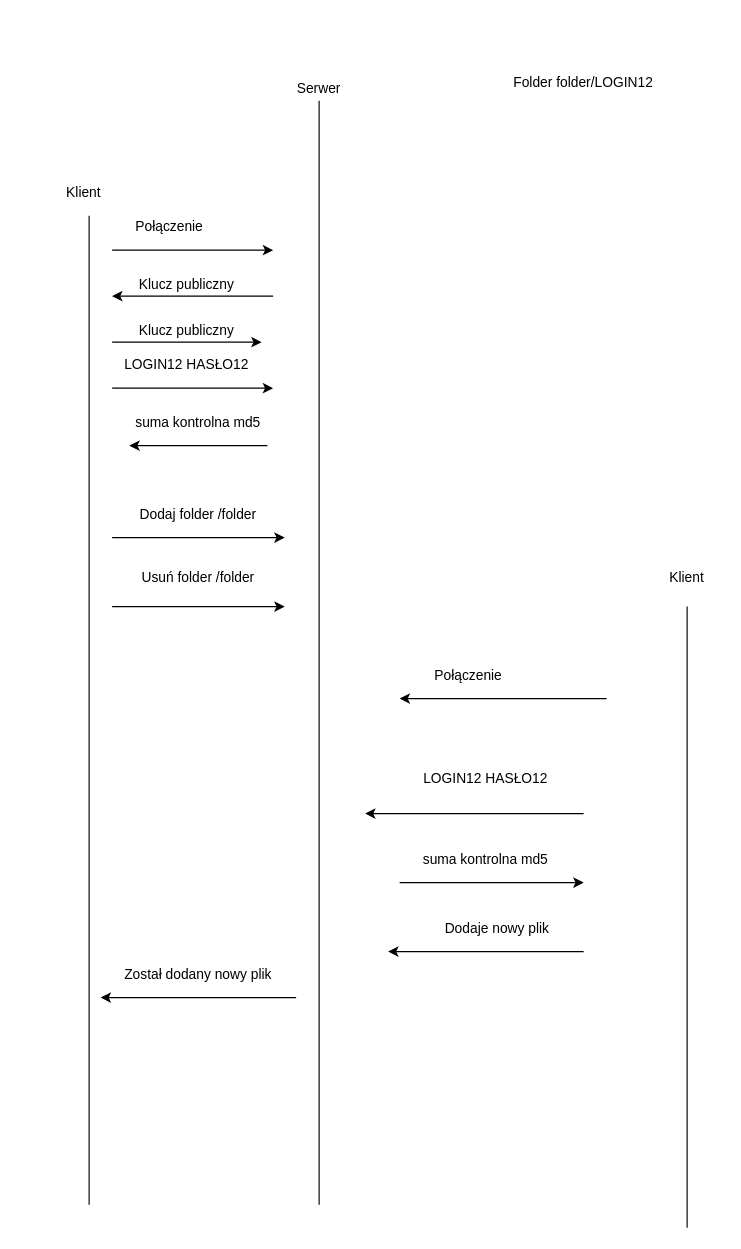
piotrkorniak/PAS keeps this draw.io diagram as docs/Untitled Diagram.drawio. Above is the earlier version. Source tidied: cells renumbered, new cells numbered last; positions are measured from the earlier drawing's top-left corner, leaving out a move shared by most shapes. Both pictures are drawn from the tidied source at 115%, with x=0, y=0 at pixel (54, 20).
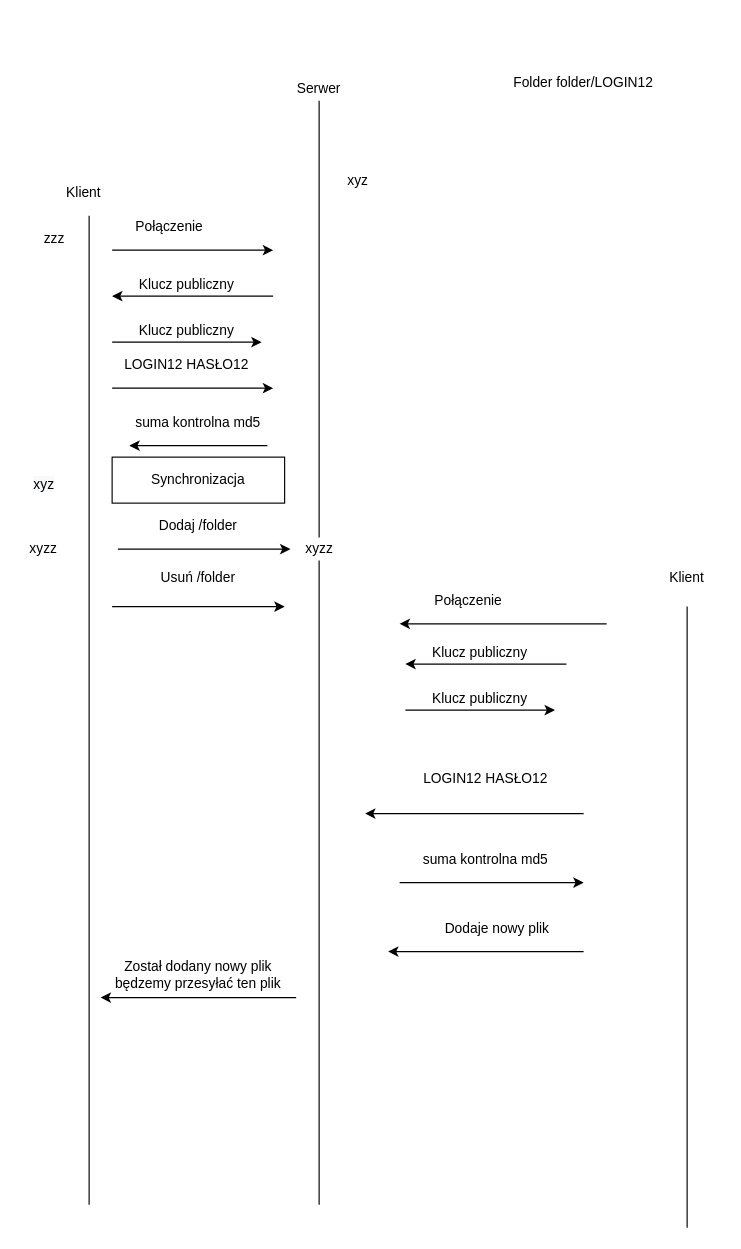
After the change.

The change refers to these unchanged cells:
```xml
<mxCell id="2" value="Serwer" style="text;html=1;strokeColor=none;fillColor=none;align=center;verticalAlign=middle;whiteSpace=wrap;rounded=0;" parent="1" vertex="1">
  <mxGeometry x="210" y="50" width="40" height="20" as="geometry" />
</mxCell>
```

Change to the diagram source:
```diff
@@
-    <mxCell id="6" style="endArrow=none;html=1;entryX=0.5;entryY=1;entryDx=0;entryDy=0;" parent="1" edge="1" target="2">
-      <mxGeometry relative="1" as="geometry">
-        <mxPoint x="230" y="1030" as="sourcePoint" />
-      </mxGeometry>
+    <mxCell id="6" style="endArrow=none;html=1;entryX=0.5;entryY=1;entryDx=0;entryDy=0;startArrow=none;" parent="1" edge="1" source="38" target="2">
+      <mxGeometry relative="1" as="geometry" />
     </mxCell>
@@
     <mxCell id="14" style="endArrow=classic;html=1;" parent="1" edge="1">
       <mxGeometry relative="1" as="geometry">
-        <mxPoint x="480" y="590" as="sourcePoint" />
-        <mxPoint x="300" y="590" as="targetPoint" />
+        <mxPoint x="480" y="525" as="sourcePoint" />
+        <mxPoint x="300" y="525" as="targetPoint" />
       </mxGeometry>
     </mxCell>
     <mxCell id="15" value="Połączenie&lt;br&gt;" style="text;html=1;strokeColor=none;fillColor=none;align=center;verticalAlign=middle;whiteSpace=wrap;rounded=0;" parent="1" vertex="1">
-      <mxGeometry x="340" y="560" width="40" height="20" as="geometry" />
+      <mxGeometry x="340" y="495" width="40" height="20" as="geometry" />
     </mxCell>
@@
-    <mxCell id="23" value="Został dodany nowy plik" style="text;html=1;strokeColor=none;fillColor=none;align=center;verticalAlign=middle;whiteSpace=wrap;rounded=0;" parent="1" vertex="1">
+    <mxCell id="23" value="Został dodany nowy plik będzemy przesyłać ten plik" style="text;html=1;strokeColor=none;fillColor=none;align=center;verticalAlign=middle;whiteSpace=wrap;rounded=0;" parent="1" vertex="1">
       <mxGeometry x="50" y="820" width="150" height="20" as="geometry" />
     </mxCell>
     <mxCell id="24" style="endArrow=classic;html=1;" parent="1" edge="1">
       <mxGeometry relative="1" as="geometry">
-        <mxPoint x="50" y="450" as="sourcePoint" />
-        <mxPoint x="200" y="450" as="targetPoint" />
+        <mxPoint x="55" y="460" as="sourcePoint" />
+        <mxPoint x="205" y="460" as="targetPoint" />
       </mxGeometry>
     </mxCell>
-    <mxCell id="25" value="Dodaj folder /folder" style="text;html=1;strokeColor=none;fillColor=none;align=center;verticalAlign=middle;whiteSpace=wrap;rounded=0;" parent="1" vertex="1">
-      <mxGeometry x="70" y="420" width="110" height="20" as="geometry" />
+    <mxCell id="25" value="Dodaj /folder" style="text;html=1;strokeColor=none;fillColor=none;align=center;verticalAlign=middle;whiteSpace=wrap;rounded=0;" parent="1" vertex="1">
+      <mxGeometry x="70" y="430" width="110" height="20" as="geometry" />
     </mxCell>
@@
-    <mxCell id="27" value="Usuń folder /folder" style="text;html=1;strokeColor=none;fillColor=none;align=center;verticalAlign=middle;whiteSpace=wrap;rounded=0;" parent="1" vertex="1">
+    <mxCell id="27" value="Usuń /folder" style="text;html=1;strokeColor=none;fillColor=none;align=center;verticalAlign=middle;whiteSpace=wrap;rounded=0;" parent="1" vertex="1">
       <mxGeometry x="60" y="475" width="130" height="20" as="geometry" />
     </mxCell>
@@
+    <mxCell id="33" value="Synchronizacja" style="rounded=0;whiteSpace=wrap;html=1;" parent="1" vertex="1">
+      <mxGeometry x="50" y="380" width="150" height="40" as="geometry" />
+    </mxCell>
+    <mxCell id="34" value="xyz" style="text;html=1;strokeColor=none;fillColor=none;align=center;verticalAlign=middle;whiteSpace=wrap;rounded=0;" parent="1" vertex="1">
+      <mxGeometry x="244" y="130" width="40" height="20" as="geometry" />
+    </mxCell>
+    <mxCell id="35" value="zzz" style="text;html=1;strokeColor=none;fillColor=none;align=center;verticalAlign=middle;whiteSpace=wrap;rounded=0;" parent="1" vertex="1">
+      <mxGeometry x="-20" y="180" width="40" height="20" as="geometry" />
+    </mxCell>
+    <mxCell id="36" value="&lt;span style=&quot;color: rgb(0, 0, 0); font-family: helvetica; font-size: 12px; font-style: normal; font-weight: 400; letter-spacing: normal; text-align: center; text-indent: 0px; text-transform: none; word-spacing: 0px; background-color: rgb(248, 249, 250); display: inline; float: none;&quot;&gt;xyz&lt;/span&gt;" style="text;whiteSpace=wrap;html=1;" parent="1" vertex="1">
+      <mxGeometry x="-20" y="390" width="20" height="30" as="geometry" />
+    </mxCell>
+    <mxCell id="37" value="xyzz" style="text;html=1;align=center;verticalAlign=middle;strokeColor=none;" parent="1" vertex="1">
+      <mxGeometry x="-30" y="450" width="40" height="20" as="geometry" />
+    </mxCell>
+    <mxCell id="38" value="xyzz" style="text;html=1;align=center;verticalAlign=middle;points=[];strokeColor=none;" parent="1" vertex="1">
+      <mxGeometry x="210" y="450" width="40" height="20" as="geometry" />
+    </mxCell>
+    <mxCell id="39" style="endArrow=none;html=1;entryX=0.5;entryY=1;entryDx=0;entryDy=0;" parent="1" edge="1" target="38">
+      <mxGeometry relative="1" as="geometry">
+        <mxPoint x="230" y="1030" as="sourcePoint" />
+      </mxGeometry>
+    </mxCell>
+    <mxCell id="40" style="endArrow=classic;html=1;" parent="1" edge="1">
+      <mxGeometry relative="1" as="geometry">
+        <mxPoint x="445" y="560" as="sourcePoint" />
+        <mxPoint x="305" y="560" as="targetPoint" />
+      </mxGeometry>
+    </mxCell>
+    <mxCell id="41" value="Klucz publiczny" style="text;html=1;strokeColor=none;fillColor=none;align=center;verticalAlign=middle;whiteSpace=wrap;rounded=0;" parent="1" vertex="1">
+      <mxGeometry x="300" y="540" width="140" height="20" as="geometry" />
+    </mxCell>
+    <mxCell id="42" style="endArrow=classic;html=1;" parent="1" edge="1">
+      <mxGeometry relative="1" as="geometry">
+        <mxPoint x="305" y="600" as="sourcePoint" />
+        <mxPoint x="435" y="600" as="targetPoint" />
+      </mxGeometry>
+    </mxCell>
+    <mxCell id="43" value="Klucz publiczny" style="text;html=1;strokeColor=none;fillColor=none;align=center;verticalAlign=middle;whiteSpace=wrap;rounded=0;" parent="1" vertex="1">
+      <mxGeometry x="305" y="580" width="130" height="20" as="geometry" />
+    </mxCell>
```
